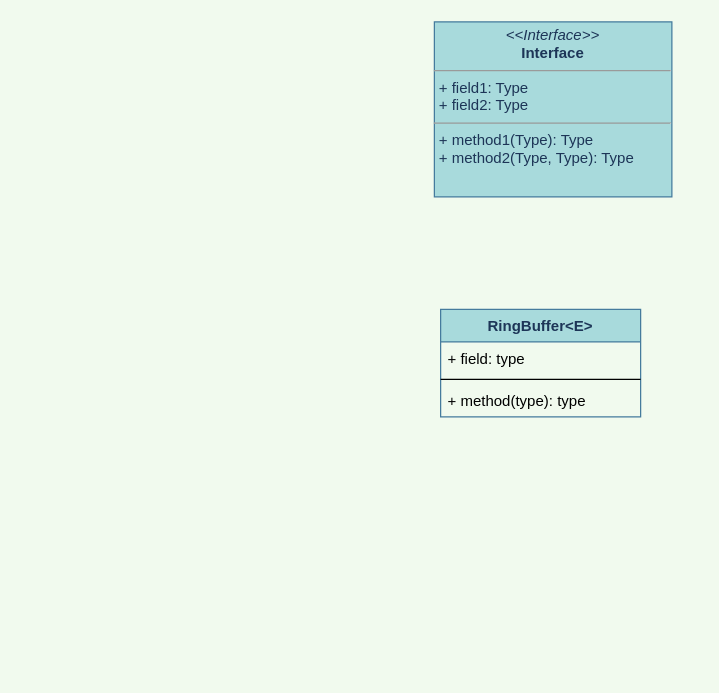
mstao/disruptor-3.4.4 keeps this draw.io diagram as uml/Untitled Diagram.drawio. Above is the earlier version. Source tidied: cells renumbered, new cells numbered last; positions are measured from the earlier drawing's top-left corner, leaving out a move shared by most shapes. Both pictures are drawn from the tidied source at 125%, with x=0, y=0 at pixel (434, 21).
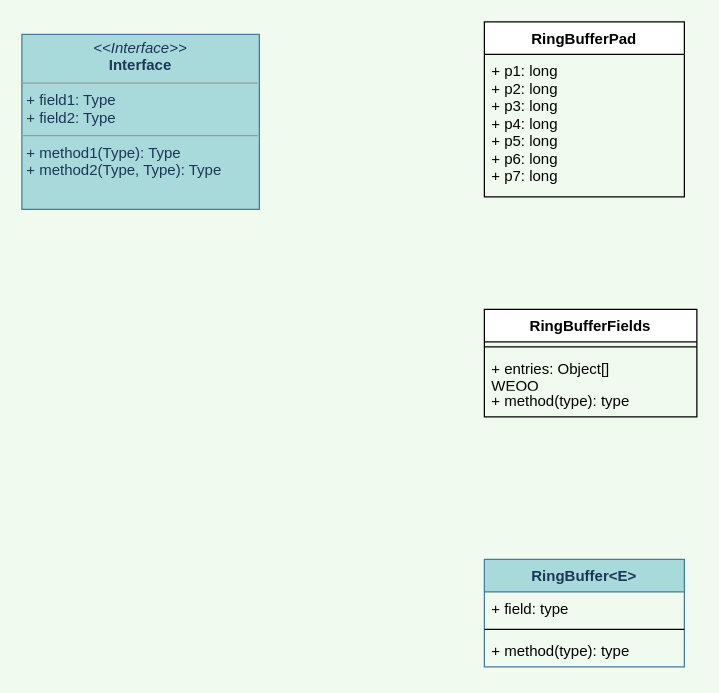
After the change.

Change to the diagram source:
```diff
@@
 <mxGraphModel background="#F1FAEE">
   <root>
     <mxCell id="0" />
     <mxCell id="1" parent="0" />
     <mxCell id="2" value="&lt;p style=&quot;margin:0px;margin-top:4px;text-align:center;&quot;&gt;&lt;i&gt;&amp;lt;&amp;lt;Interface&amp;gt;&amp;gt;&lt;/i&gt;&lt;br/&gt;&lt;b&gt;Interface&lt;/b&gt;&lt;/p&gt;&lt;hr size=&quot;1&quot;/&gt;&lt;p style=&quot;margin:0px;margin-left:4px;&quot;&gt;+ field1: Type&lt;br/&gt;+ field2: Type&lt;/p&gt;&lt;hr size=&quot;1&quot;/&gt;&lt;p style=&quot;margin:0px;margin-left:4px;&quot;&gt;+ method1(Type): Type&lt;br/&gt;+ method2(Type, Type): Type&lt;/p&gt;" style="verticalAlign=top;align=left;overflow=fill;fontSize=12;fontFamily=Helvetica;html=1;rounded=0;sketch=0;fontColor=#1D3557;strokeColor=#457B9D;fillColor=#A8DADC;" parent="1" vertex="1">
-      <mxGeometry width="190" height="140" as="geometry" />
+      <mxGeometry x="-330" y="10" width="190" height="140" as="geometry" />
     </mxCell>
     <mxCell id="3" value="RingBuffer&lt;E&gt;" style="swimlane;fontStyle=1;align=center;verticalAlign=top;horizontal=1;startSize=26;rounded=0;sketch=0;fontColor=#1D3557;strokeColor=#457B9D;fillColor=#A8DADC;" parent="1" vertex="1">
-      <mxGeometry x="5" y="230" width="160" height="86" as="geometry" />
+      <mxGeometry x="40" y="430" width="160" height="86" as="geometry" />
     </mxCell>
     <mxCell id="4" value="+ field: type" style="text;strokeColor=none;fillColor=none;align=left;verticalAlign=top;spacingLeft=4;spacingRight=4;overflow=hidden;" parent="3" vertex="1">
       <mxGeometry y="26" width="160" height="26" as="geometry" />
     </mxCell>
     <mxCell id="5" style="line;strokeWidth=1;fillColor=none;align=left;verticalAlign=middle;spacingTop=-1;spacingLeft=3;spacingRight=3;labelPosition=right;" parent="3" vertex="1">
       <mxGeometry y="52" width="160" height="8" as="geometry" />
     </mxCell>
     <mxCell id="6" value="+ method(type): type" style="text;strokeColor=none;fillColor=none;align=left;verticalAlign=top;spacingLeft=4;spacingRight=4;overflow=hidden;" parent="3" vertex="1">
       <mxGeometry y="60" width="160" height="26" as="geometry" />
     </mxCell>
+    <mxCell id="7" value="RingBufferFields" style="swimlane;fontStyle=1;align=center;verticalAlign=top;horizontal=1;startSize=26;" parent="1" vertex="1">
+      <mxGeometry x="40" y="230" width="170" height="86" as="geometry" />
+    </mxCell>
+    <mxCell id="8" style="line;strokeWidth=1;fillColor=none;align=left;verticalAlign=middle;spacingTop=-1;spacingLeft=3;spacingRight=3;labelPosition=right;" parent="7" vertex="1">
+      <mxGeometry y="26" width="170" height="8" as="geometry" />
+    </mxCell>
+    <mxCell id="9" value="+ entries: Object[]&#10;WEQQ&#10;&#10;&#10;" style="text;strokeColor=none;fillColor=none;align=left;verticalAlign=top;spacingLeft=4;spacingRight=4;overflow=hidden;" parent="7" vertex="1">
+      <mxGeometry y="34" width="170" height="26" as="geometry" />
+    </mxCell>
+    <mxCell id="10" value="+ method(type): type" style="text;strokeColor=none;fillColor=none;align=left;verticalAlign=top;spacingLeft=4;spacingRight=4;overflow=hidden;" parent="7" vertex="1">
+      <mxGeometry y="60" width="170" height="26" as="geometry" />
+    </mxCell>
+    <mxCell id="11" value="RingBufferPad" style="swimlane;fontStyle=1;align=center;verticalAlign=top;horizontal=1;startSize=26;" parent="1" vertex="1">
+      <mxGeometry x="40" width="160" height="140" as="geometry" />
+    </mxCell>
+    <mxCell id="12" value="+ p1: long&#10;+ p2: long&#10;+ p3: long&#10;+ p4: long&#10;+ p5: long&#10;+ p6: long&#10;+ p7: long&#10;&#10;&#10;&#10;&#10;" style="text;strokeColor=none;fillColor=none;align=left;verticalAlign=top;spacingLeft=4;spacingRight=4;overflow=hidden;" parent="11" vertex="1">
+      <mxGeometry y="26" width="160" height="114" as="geometry" />
+    </mxCell>
   </root>
 </mxGraphModel>
```
